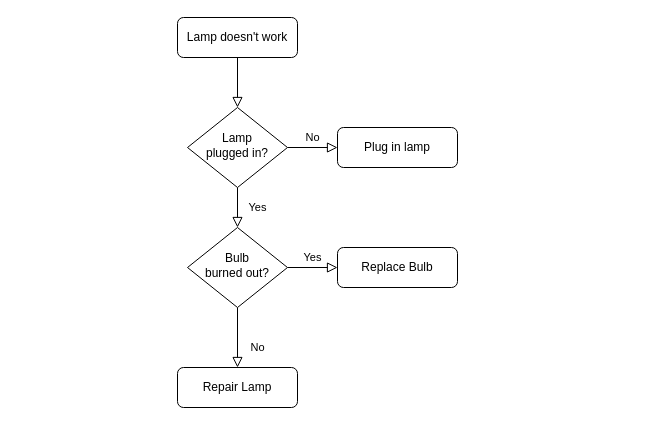
Before: Double_Comparator.drawio in nalgi/Draw.io, a draw.io diagram. Source tidied: cells renumbered, new cells numbered last; positions are measured from the earlier drawing's top-left corner, leaving out a move shared by most shapes. Both pictures are drawn from the tidied source at 100%, with x=0, y=0 at pixel (177, 17).
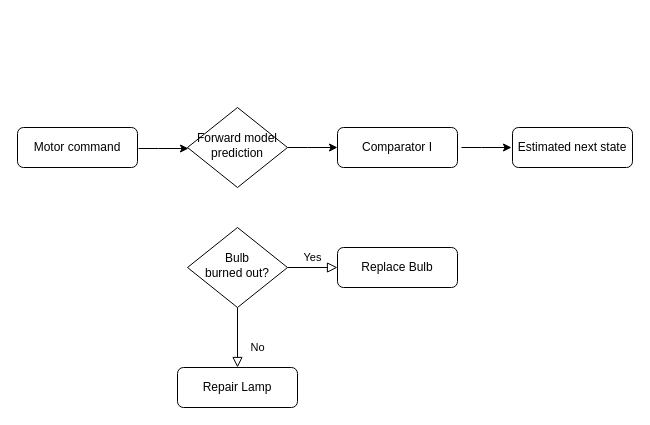
The same page after the edit.

The change refers to these unchanged cells:
```xml
<mxCell id="10" value="Bulb&lt;br&gt;burned out?" style="rhombus;whiteSpace=wrap;html=1;shadow=0;fontFamily=Helvetica;fontSize=12;align=center;strokeWidth=1;spacing=6;spacingTop=-4;" parent="1" vertex="1">
  <mxGeometry x="10" y="210" width="100" height="80" as="geometry" />
</mxCell>
```

Change to the diagram source:
```diff
@@
-    <mxCell id="2" style="rounded=0;html=1;jettySize=auto;fontSize=11;endArrow=block;endFill=0;endSize=8;strokeWidth=1;shadow=0;labelBackgroundColor=none;edgeStyle=orthogonalEdgeStyle;" parent="1" edge="1" source="3" target="6">
-      <mxGeometry relative="1" as="geometry" />
-    </mxCell>
-    <mxCell id="3" value="Lamp doesn't work" style="rounded=1;whiteSpace=wrap;html=1;fontSize=12;glass=0;strokeWidth=1;shadow=0;" parent="1" vertex="1">
-      <mxGeometry width="120" height="40" as="geometry" />
+    <mxCell id="3" value="Motor command" style="rounded=1;whiteSpace=wrap;html=1;fontSize=12;glass=0;strokeWidth=1;shadow=0;" parent="1" vertex="1">
+      <mxGeometry x="-160" y="110" width="120" height="40" as="geometry" />
     </mxCell>
-    <mxCell id="4" value="Yes" style="rounded=0;html=1;jettySize=auto;fontSize=11;endArrow=block;endFill=0;endSize=8;strokeWidth=1;shadow=0;labelBackgroundColor=none;edgeStyle=orthogonalEdgeStyle;" parent="1" edge="1" source="6" target="10">
-      <mxGeometry y="20" relative="1" as="geometry" />
-    </mxCell>
+    <mxCell id="6" value="Forward model prediction" style="rhombus;whiteSpace=wrap;html=1;shadow=0;fontFamily=Helvetica;fontSize=12;align=center;strokeWidth=1;spacing=6;spacingTop=-4;" parent="1" vertex="1">
+      <mxGeometry x="10" y="90" width="100" height="80" as="geometry" />
+    </mxCell>
-    <mxCell id="5" value="No" style="edgeStyle=orthogonalEdgeStyle;rounded=0;html=1;jettySize=auto;fontSize=11;endArrow=block;endFill=0;endSize=8;strokeWidth=1;shadow=0;labelBackgroundColor=none;" parent="1" edge="1" source="6" target="7">
-      <mxGeometry y="10" relative="1" as="geometry" />
+    <mxCell id="5" style="edgeStyle=orthogonalEdgeStyle;rounded=0;jettySize=auto;html=1;" parent="1" edge="1" source="6" target="7">
+      <mxGeometry relative="1" as="geometry">
+        <Array as="points">
+          <mxPoint x="130" y="130" />
+          <mxPoint x="130" y="130" />
+        </Array>
+      </mxGeometry>
     </mxCell>
-    <mxCell id="6" value="Lamp&lt;br&gt;plugged in?" style="rhombus;whiteSpace=wrap;html=1;shadow=0;fontFamily=Helvetica;fontSize=12;align=center;strokeWidth=1;spacing=6;spacingTop=-4;" parent="1" vertex="1">
-      <mxGeometry x="10" y="90" width="100" height="80" as="geometry" />
-    </mxCell>
-    <mxCell id="7" value="Plug in lamp" style="rounded=1;whiteSpace=wrap;html=1;fontSize=12;glass=0;strokeWidth=1;shadow=0;" parent="1" vertex="1">
+    <mxCell id="7" value="Comparator I" style="rounded=1;whiteSpace=wrap;html=1;fontSize=12;glass=0;strokeWidth=1;shadow=0;" parent="1" vertex="1">
       <mxGeometry x="160" y="110" width="120" height="40" as="geometry" />
     </mxCell>
@@
+    <mxCell id="13" style="edgeStyle=orthogonalEdgeStyle;rounded=0;orthogonalLoop=1;jettySize=auto;html=1;" parent="1" edge="1">
+      <mxGeometry relative="1" as="geometry">
+        <mxPoint x="-39" y="131" as="sourcePoint" />
+        <mxPoint x="11" y="131" as="targetPoint" />
+        <Array as="points">
+          <mxPoint x="-19" y="131" />
+          <mxPoint x="-19" y="131" />
+        </Array>
+      </mxGeometry>
+    </mxCell>
+    <mxCell id="14" style="edgeStyle=orthogonalEdgeStyle;rounded=0;orthogonalLoop=1;jettySize=auto;html=1;" parent="1" edge="1">
+      <mxGeometry relative="1" as="geometry">
+        <mxPoint x="284" y="130" as="sourcePoint" />
+        <mxPoint x="334" y="130" as="targetPoint" />
+        <Array as="points">
+          <mxPoint x="304" y="130" />
+          <mxPoint x="304" y="130" />
+        </Array>
+      </mxGeometry>
+    </mxCell>
+    <mxCell id="15" value="Estimated next state" style="rounded=1;whiteSpace=wrap;html=1;fontSize=12;glass=0;strokeWidth=1;shadow=0;" parent="1" vertex="1">
+      <mxGeometry x="335" y="110" width="120" height="40" as="geometry" />
+    </mxCell>
```
